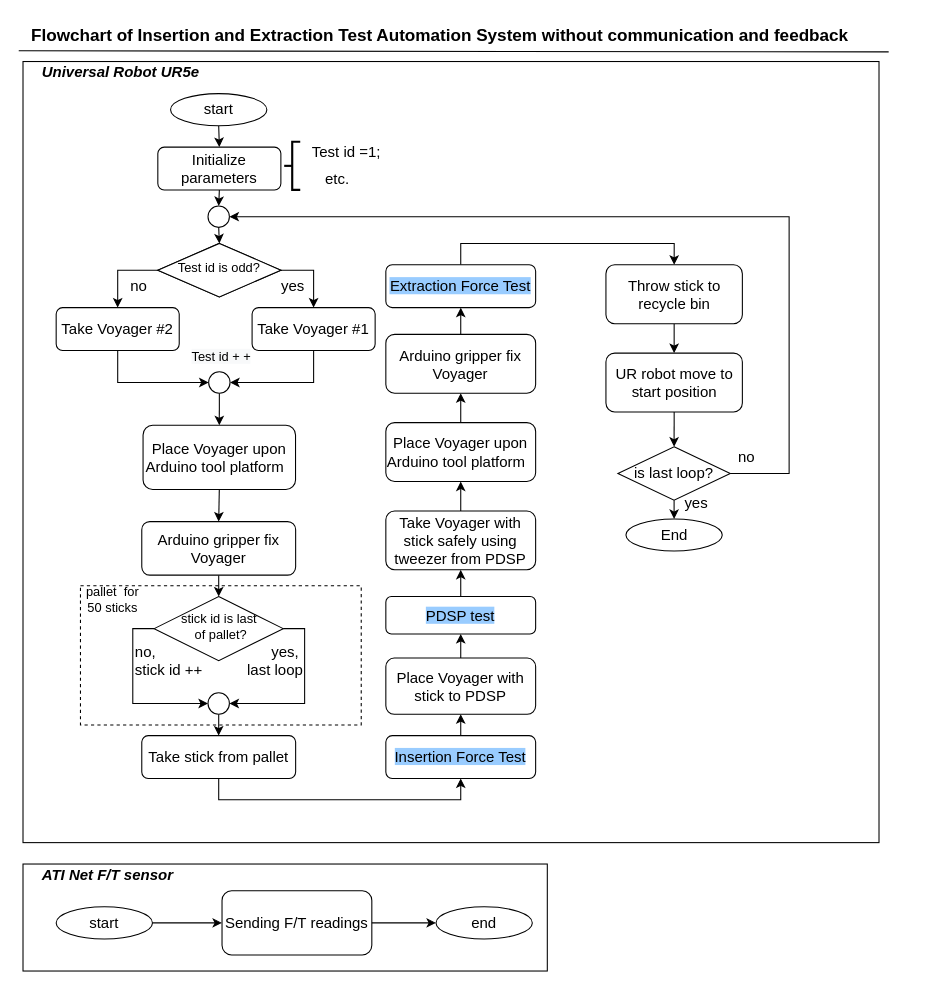
This is RRP project/0. Workflow-Improved System.drawio from VolcanHuang/Project_Demo, a draw.io file, before an edit. Source tidied: cells renumbered, new cells numbered last; positions are measured from the earlier drawing's top-left corner, leaving out a move shared by most shapes. Both pictures are drawn from the tidied source at 107%, with x=0, y=0 at pixel (18, 18).
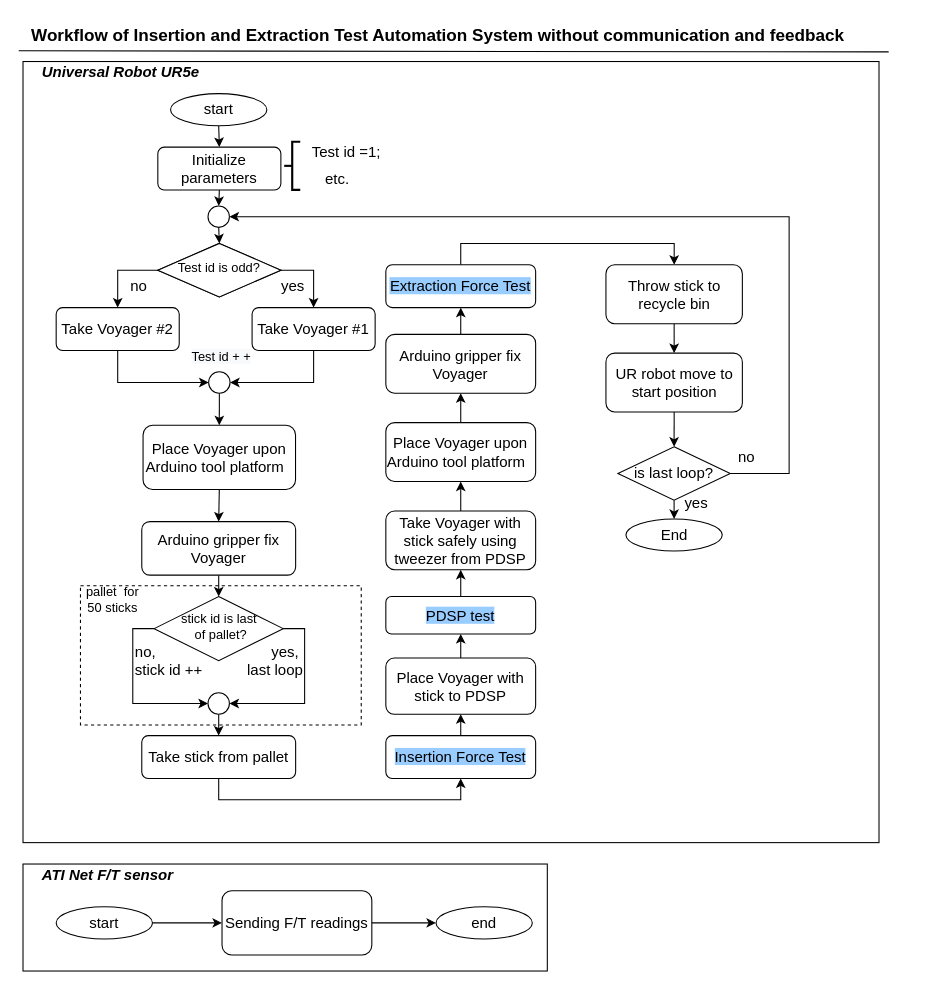
After the change.

Change to the diagram source:
```diff
@@
-    <mxCell id="4" value="&lt;b&gt;&lt;font style=&quot;font-size: 16px&quot;&gt;Flowchart of Insertion and Extraction Test Automation System without communication and feedback&lt;/font&gt;&lt;/b&gt;" style="text;html=1;strokeColor=none;fillColor=none;align=left;verticalAlign=middle;whiteSpace=wrap;rounded=0;fontSize=14;" parent="1" vertex="1">
+    <mxCell id="4" value="&lt;b&gt;&lt;font style=&quot;font-size: 16px&quot;&gt;Workflow of Insertion and Extraction Test Automation System without communication and feedback&lt;/font&gt;&lt;/b&gt;" style="text;html=1;strokeColor=none;fillColor=none;align=left;verticalAlign=middle;whiteSpace=wrap;rounded=0;fontSize=14;" parent="1" vertex="1">
       <mxGeometry x="10" width="840" height="30" as="geometry" />
     </mxCell>
```
